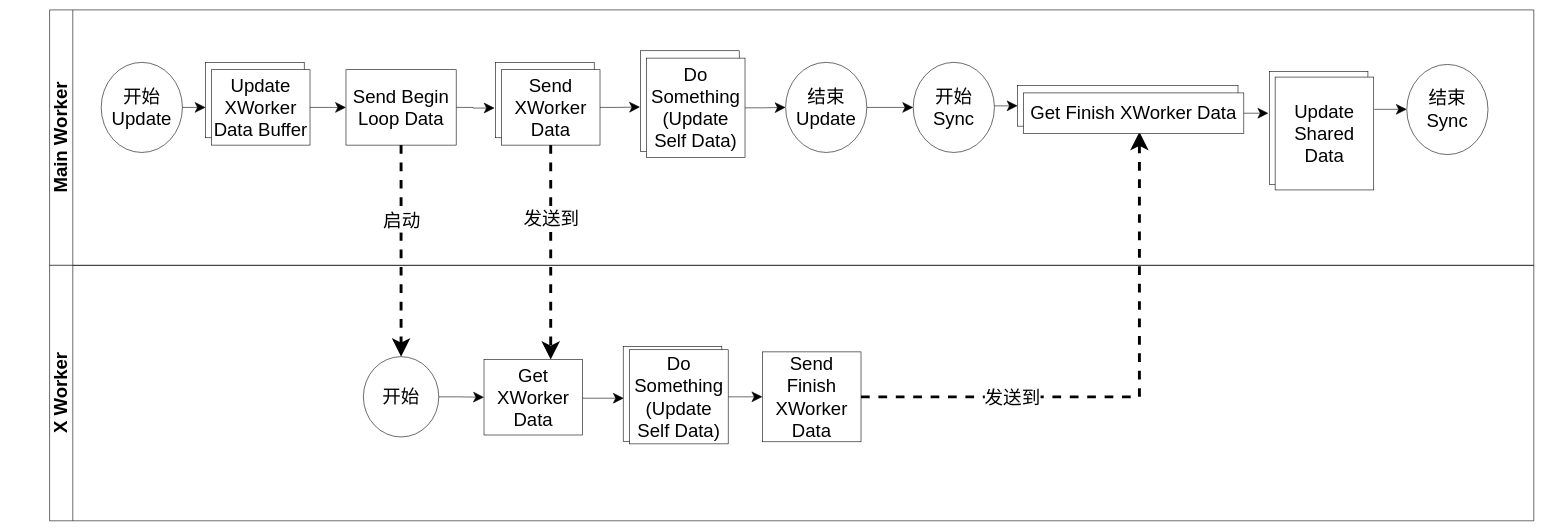
Earlier version of the draw.io diagram packages/多线程模式/role_abstract/主循环（一帧）流程图.drawio (yyc-git/3DProgramPattern). Source tidied: cells renumbered, new cells numbered last; positions are measured from the earlier drawing's top-left corner, leaving out a move shared by most shapes. Both pictures are drawn from the tidied source at 58%, with x=0, y=0 at pixel (14, 10).
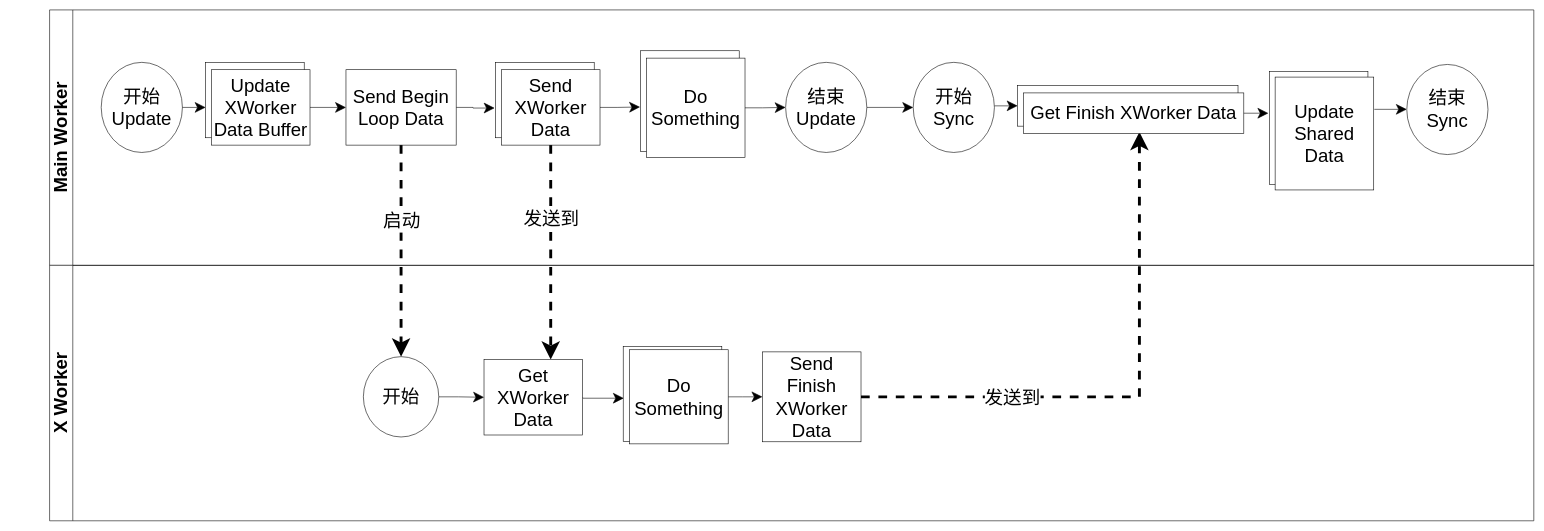
The same diagram, later.

Unchanged cells that the change refers to:
```xml
<mxCell id="41" style="group;" parent="1" vertex="1">
  <mxGeometry x="1050" y="580" width="181" height="173.4" as="geometry" />
</mxCell>
<mxCell id="44" style="group;" parent="1" vertex="1">
  <mxGeometry x="1080" y="70" width="180" height="184" as="geometry" />
</mxCell>
```

The edit, as a diff of the source:
```diff
@@
-    <mxCell id="43" value="Do Something&lt;br&gt;(Update Self Data)" style="whiteSpace=wrap;html=1;fontSize=32;" parent="41" vertex="1">
+    <mxCell id="43" value="Do Something" style="whiteSpace=wrap;html=1;fontSize=32;" parent="41" vertex="1">
       <mxGeometry x="11" y="5.5" width="170" height="162.3" as="geometry" />
     </mxCell>
@@
-    <mxCell id="46" value="Do Something&lt;br&gt;(Update Self Data)" style="whiteSpace=wrap;html=1;fontSize=32;" parent="44" vertex="1">
+    <mxCell id="46" value="Do Something" style="whiteSpace=wrap;html=1;fontSize=32;" parent="44" vertex="1">
       <mxGeometry x="10" y="12.7" width="170" height="171.3" as="geometry" />
     </mxCell>
```
